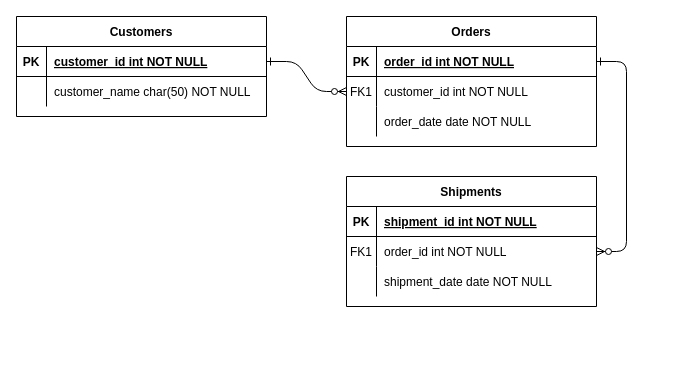
This is Database.drawio from Corceiro/ChatTest-BE, a draw.io file, before an edit. Source tidied: cells renumbered, new cells numbered last; positions are measured from the earlier drawing's top-left corner, leaving out a move shared by most shapes. Both pictures are drawn from the tidied source at 100%, with x=0, y=0 at pixel (16, 16).
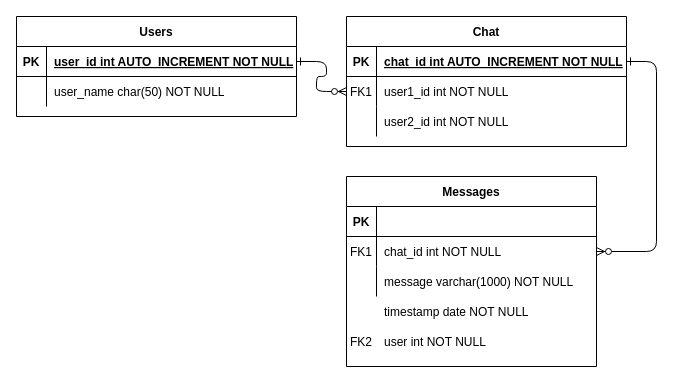
Above is the later version.

Unchanged cells that the change refers to:
```xml
<mxCell id="15" style="shape=partialRectangle;fillColor=none;top=0;left=0;right=0;bottom=1;" parent="14" vertex="1">
  <mxGeometry y="30" width="250" height="30" as="geometry" />
</mxCell>
<mxCell id="18" style="shape=partialRectangle;fillColor=none;points=[[0,0.5],[1,0.5]];portConstraint=eastwest;top=0;left=0;right=0;bottom=0;" parent="14" vertex="1">
  <mxGeometry y="60" width="250" height="30" as="geometry" />
</mxCell>
<mxCell id="21" style="shape=partialRectangle;fillColor=none;top=0;left=0;right=0;bottom=0;" parent="14" vertex="1">
  <mxGeometry y="90" width="250" height="30" as="geometry" />
</mxCell>
```

The edit, as a diff of the source:
```diff
@@
-    <mxCell id="4" value="Orders" style="shape=table;startSize=30;childLayout=tableLayout;rowLines=0;fontStyle=1;align=center;" parent="1" vertex="1">
-      <mxGeometry x="330" width="250" height="130" as="geometry" />
+    <mxCell id="4" value="Chat" style="shape=table;startSize=30;childLayout=tableLayout;rowLines=0;fontStyle=1;align=center;" parent="1" vertex="1">
+      <mxGeometry x="330" width="280" height="130" as="geometry" />
     </mxCell>
     <mxCell id="5" style="shape=partialRectangle;fillColor=none;points=[[0,0.5],[1,0.5]];portConstraint=eastwest;top=0;left=0;right=0;bottom=1;" parent="4" vertex="1">
-      <mxGeometry y="30" width="250" height="30" as="geometry" />
+      <mxGeometry y="30" width="280" height="30" as="geometry" />
     </mxCell>
@@
-    <mxCell id="7" value="order_id int NOT NULL " style="shape=partialRectangle;overflow=hidden;fillColor=none;top=0;left=0;bottom=0;right=0;align=left;spacingLeft=6;fontStyle=5;" parent="5" vertex="1">
-      <mxGeometry x="30" width="220" height="30" as="geometry" />
+    <mxCell id="7" value="chat_id int AUTO_INCREMENT NOT NULL" style="shape=partialRectangle;overflow=hidden;fillColor=none;top=0;left=0;bottom=0;right=0;align=left;spacingLeft=6;fontStyle=5;" parent="5" vertex="1">
+      <mxGeometry x="30" width="250" height="30" as="geometry" />
     </mxCell>
     <mxCell id="8" style="shape=partialRectangle;fillColor=none;points=[[0,0.5],[1,0.5]];portConstraint=eastwest;top=0;left=0;right=0;bottom=0;" parent="4" vertex="1">
-      <mxGeometry y="60" width="250" height="30" as="geometry" />
+      <mxGeometry y="60" width="280" height="30" as="geometry" />
     </mxCell>
@@
-    <mxCell id="10" value="customer_id int NOT NULL" style="shape=partialRectangle;overflow=hidden;fillColor=none;top=0;left=0;bottom=0;right=0;align=left;spacingLeft=6;" parent="8" vertex="1">
-      <mxGeometry x="30" width="220" height="30" as="geometry" />
+    <mxCell id="10" value="user1_id int NOT NULL" style="shape=partialRectangle;overflow=hidden;fillColor=none;top=0;left=0;bottom=0;right=0;align=left;spacingLeft=6;" parent="8" vertex="1">
+      <mxGeometry x="30" width="250" height="30" as="geometry" />
     </mxCell>
     <mxCell id="11" style="shape=partialRectangle;fillColor=none;top=0;left=0;right=0;bottom=0;" parent="4" vertex="1">
-      <mxGeometry y="90" width="250" height="30" as="geometry" />
+      <mxGeometry y="90" width="280" height="30" as="geometry" />
     </mxCell>
@@
-    <mxCell id="13" value="order_date date NOT NULL" style="shape=partialRectangle;overflow=hidden;fillColor=none;top=0;left=0;bottom=0;right=0;align=left;spacingLeft=6;" parent="11" vertex="1">
-      <mxGeometry x="30" width="220" height="30" as="geometry" />
+    <mxCell id="13" value="user2_id int NOT NULL" style="shape=partialRectangle;overflow=hidden;fillColor=none;top=0;left=0;bottom=0;right=0;align=left;spacingLeft=6;" parent="11" vertex="1">
+      <mxGeometry x="30" width="250" height="30" as="geometry" />
     </mxCell>
-    <mxCell id="14" value="Shipments" style="shape=table;startSize=30;childLayout=tableLayout;rowLines=0;fontStyle=1;align=center;" parent="1" vertex="1">
-      <mxGeometry x="330" y="160" width="250" height="130" as="geometry" />
+    <mxCell id="14" value="Messages" style="shape=table;startSize=30;childLayout=tableLayout;rowLines=0;fontStyle=1;align=center;" parent="1" vertex="1">
+      <mxGeometry x="330" y="160" width="250" height="190" as="geometry" />
     </mxCell>
@@
-    <mxCell id="17" value="shipment_id int NOT NULL " style="shape=partialRectangle;overflow=hidden;fillColor=none;top=0;left=0;bottom=0;right=0;align=left;spacingLeft=6;fontStyle=5;" parent="15" vertex="1">
+    <mxCell id="17" style="shape=partialRectangle;overflow=hidden;fillColor=none;top=0;left=0;bottom=0;right=0;align=left;spacingLeft=6;fontStyle=5;" parent="15" vertex="1">
       <mxGeometry x="30" width="220" height="30" as="geometry" />
     </mxCell>
@@
-    <mxCell id="20" value="order_id int NOT NULL" style="shape=partialRectangle;overflow=hidden;fillColor=none;top=0;left=0;bottom=0;right=0;align=left;spacingLeft=6;" parent="18" vertex="1">
+    <mxCell id="20" value="chat_id int NOT NULL" style="shape=partialRectangle;overflow=hidden;fillColor=none;top=0;left=0;bottom=0;right=0;align=left;spacingLeft=6;" parent="18" vertex="1">
       <mxGeometry x="30" width="220" height="30" as="geometry" />
     </mxCell>
@@
-    <mxCell id="23" value="shipment_date date NOT NULL" style="shape=partialRectangle;overflow=hidden;fillColor=none;top=0;left=0;bottom=0;right=0;align=left;spacingLeft=6;" parent="21" vertex="1">
+    <mxCell id="23" value="message varchar(1000) NOT NULL" style="shape=partialRectangle;overflow=hidden;fillColor=none;top=0;left=0;bottom=0;right=0;align=left;spacingLeft=6;" parent="21" vertex="1">
       <mxGeometry x="30" width="220" height="30" as="geometry" />
     </mxCell>
-    <mxCell id="24" value="Customers" style="shape=table;startSize=30;childLayout=tableLayout;rowLines=0;fontStyle=1;align=center;" parent="1" vertex="1">
-      <mxGeometry width="250" height="100" as="geometry" />
+    <mxCell id="24" value="Users" style="shape=table;startSize=30;childLayout=tableLayout;rowLines=0;fontStyle=1;align=center;" parent="1" vertex="1">
+      <mxGeometry width="280" height="100" as="geometry" />
     </mxCell>
     <mxCell id="25" style="shape=partialRectangle;fillColor=none;points=[[0,0.5],[1,0.5]];portConstraint=eastwest;top=0;left=0;right=0;bottom=1;" parent="24" vertex="1">
-      <mxGeometry y="30" width="250" height="30" as="geometry" />
+      <mxGeometry y="30" width="280" height="30" as="geometry" />
     </mxCell>
@@
-    <mxCell id="27" value="customer_id int NOT NULL " style="shape=partialRectangle;overflow=hidden;fillColor=none;top=0;left=0;bottom=0;right=0;align=left;spacingLeft=6;fontStyle=5;" parent="25" vertex="1">
-      <mxGeometry x="30" width="220" height="30" as="geometry" />
+    <mxCell id="27" value="user_id int AUTO_INCREMENT NOT NULL " style="shape=partialRectangle;overflow=hidden;fillColor=none;top=0;left=0;bottom=0;right=0;align=left;spacingLeft=6;fontStyle=5;" parent="25" vertex="1">
+      <mxGeometry x="30" width="250" height="30" as="geometry" />
     </mxCell>
     <mxCell id="28" style="shape=partialRectangle;fillColor=none;top=0;left=0;right=0;bottom=0;" parent="24" vertex="1">
-      <mxGeometry y="60" width="250" height="30" as="geometry" />
+      <mxGeometry y="60" width="280" height="30" as="geometry" />
     </mxCell>
@@
-    <mxCell id="30" value="customer_name char(50) NOT NULL" style="shape=partialRectangle;overflow=hidden;fillColor=none;top=0;left=0;bottom=0;right=0;align=left;spacingLeft=6;" parent="28" vertex="1">
-      <mxGeometry x="30" width="220" height="30" as="geometry" />
+    <mxCell id="30" value="user_name char(50) NOT NULL" style="shape=partialRectangle;overflow=hidden;fillColor=none;top=0;left=0;bottom=0;right=0;align=left;spacingLeft=6;" parent="28" vertex="1">
+      <mxGeometry x="30" width="250" height="30" as="geometry" />
     </mxCell>
+    <mxCell id="31" style="shape=partialRectangle;fillColor=none;top=0;left=0;right=0;bottom=0;" parent="1" vertex="1">
+      <mxGeometry x="330" y="280" width="250" height="30" as="geometry" />
+    </mxCell>
+    <mxCell id="32" style="shape=partialRectangle;overflow=hidden;fillColor=none;top=0;left=0;bottom=0;right=0;" parent="31" vertex="1">
+      <mxGeometry width="30" height="30" as="geometry" />
+    </mxCell>
+    <mxCell id="33" value="timestamp date NOT NULL" style="shape=partialRectangle;overflow=hidden;fillColor=none;top=0;left=0;bottom=0;right=0;align=left;spacingLeft=6;" parent="31" vertex="1">
+      <mxGeometry x="30" width="220" height="30" as="geometry" />
+    </mxCell>
+    <mxCell id="34" style="shape=partialRectangle;fillColor=none;top=0;left=0;right=0;bottom=0;" parent="1" vertex="1">
+      <mxGeometry x="330" y="310" width="250" height="30" as="geometry" />
+    </mxCell>
+    <mxCell id="35" style="shape=partialRectangle;overflow=hidden;fillColor=none;top=0;left=0;bottom=0;right=0;" parent="34" vertex="1">
+      <mxGeometry width="30" height="30" as="geometry" />
+    </mxCell>
+    <mxCell id="36" value="user int NOT NULL" style="shape=partialRectangle;overflow=hidden;fillColor=none;top=0;left=0;bottom=0;right=0;align=left;spacingLeft=6;" parent="34" vertex="1">
+      <mxGeometry x="30" width="220" height="30" as="geometry" />
+    </mxCell>
+    <mxCell id="37" value="FK2" style="shape=partialRectangle;overflow=hidden;fillColor=none;top=0;left=0;bottom=0;right=0;" parent="1" vertex="1">
+      <mxGeometry x="330" y="310" width="30" height="30" as="geometry" />
+    </mxCell>
```
